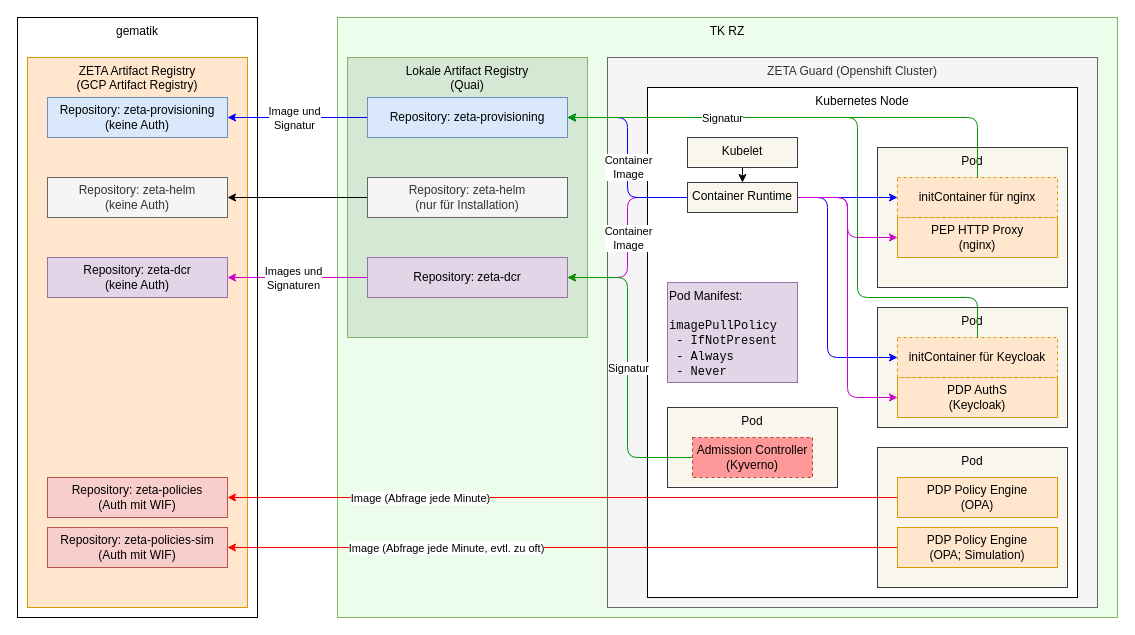
This is src/drawio/tmp/ZETA-Guard-Deployment-of-Container-Images.drawio from gematik/zeta, a draw.io file, before an edit. Source tidied: cells renumbered, new cells numbered last; positions are measured from the earlier drawing's top-left corner, leaving out a move shared by most shapes. Both pictures are drawn from the tidied source at 100%, with x=0, y=0 at pixel (17, 17).
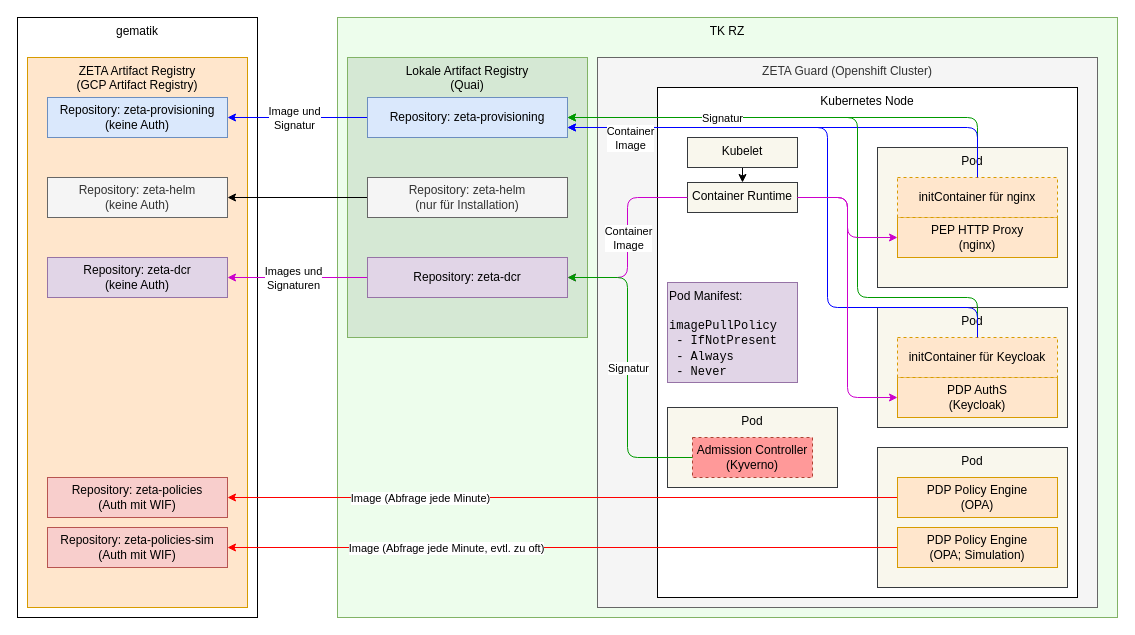
Above is the later version.

Commit message:
refactor: update ZETA-Guard deployment diagram layout and simplify connection paths

The change refers to these unchanged cells:
```xml
<mxCell id="8" value="&lt;div&gt;Container Runtime&lt;/div&gt;" style="rounded=0;whiteSpace=wrap;html=1;verticalAlign=top;fillColor=#f9f7ed;strokeColor=#36393d;" parent="1" vertex="1">
  <mxGeometry x="670" y="165" width="110" height="30" as="geometry" />
</mxCell>
<mxCell id="18" value="&lt;div&gt;&lt;span style=&quot;background-color: transparent; color: light-dark(rgb(0, 0, 0), rgb(255, 255, 255));&quot;&gt;initContainer für nginx&lt;/span&gt;&lt;/div&gt;" style="rounded=0;whiteSpace=wrap;html=1;fillColor=#ffe6cc;strokeColor=#d79b00;dashed=1;" parent="1" vertex="1">
  <mxGeometry x="880" y="160" width="160" height="40" as="geometry" />
</mxCell>
<mxCell id="23" value="&lt;div&gt;&lt;span style=&quot;background-color: transparent; color: light-dark(rgb(0, 0, 0), rgb(255, 255, 255));&quot;&gt;initContainer für Keycloak&lt;/span&gt;&lt;/div&gt;" style="rounded=0;whiteSpace=wrap;html=1;verticalAlign=middle;fillColor=#ffe6cc;strokeColor=#d79b00;dashed=1;" parent="1" vertex="1">
  <mxGeometry x="880" y="320" width="160" height="40" as="geometry" />
</mxCell>
<mxCell id="41" value="&lt;div&gt;Repository: zeta-provisioning&lt;/div&gt;" style="rounded=0;whiteSpace=wrap;html=1;fillColor=#dae8fc;strokeColor=#6c8ebf;" parent="1" vertex="1">
  <mxGeometry x="350" y="80" width="200" height="40" as="geometry" />
</mxCell>
```

Diff of the diagram source:
```diff
@@
     <mxCell id="3" value="ZETA Guard&amp;nbsp;&lt;span style=&quot;background-color: transparent; color: light-dark(rgb(51, 51, 51), rgb(193, 193, 193));&quot;&gt;(Openshift Cluster)&lt;/span&gt;" style="rounded=0;whiteSpace=wrap;html=1;align=center;verticalAlign=top;fillColor=#f5f5f5;fontColor=#333333;strokeColor=#666666;" parent="1" vertex="1">
-      <mxGeometry x="590" y="40" width="490" height="550" as="geometry" />
+      <mxGeometry x="580" y="40" width="500" height="550" as="geometry" />
     </mxCell>
     <mxCell id="4" value="&lt;div&gt;Kubernetes Node&lt;/div&gt;" style="rounded=0;whiteSpace=wrap;html=1;verticalAlign=top;" parent="1" vertex="1">
-      <mxGeometry x="630" y="70" width="430" height="510" as="geometry" />
+      <mxGeometry x="640" y="70" width="420" height="510" as="geometry" />
     </mxCell>
@@
-    <mxCell id="19" style="edgeStyle=orthogonalEdgeStyle;html=1;entryX=1;entryY=0.5;entryDx=0;entryDy=0;strokeColor=#0000FF;exitX=0;exitY=0.5;exitDx=0;exitDy=0;" parent="1" edge="1" source="8" target="41">
+    <mxCell id="19" style="edgeStyle=orthogonalEdgeStyle;html=1;entryX=1;entryY=0.75;entryDx=0;entryDy=0;strokeColor=#0000FF;" parent="1" edge="1" target="41">
       <mxGeometry relative="1" as="geometry">
+        <mxPoint x="960" y="160" as="sourcePoint" />
         <Array as="points">
-          <mxPoint x="610" y="180" />
-          <mxPoint x="610" y="100" />
+          <mxPoint x="960" y="110" />
         </Array>
       </mxGeometry>
     </mxCell>
-    <mxCell id="20" value="Container&lt;div&gt;Image&lt;/div&gt;" style="edgeLabel;html=1;align=center;verticalAlign=middle;" parent="19" vertex="1">
-      <mxGeometry x="-0.09" relative="1" as="geometry" />
-    </mxCell>
@@
-    <mxCell id="42" style="edgeStyle=orthogonalEdgeStyle;html=1;entryX=0;entryY=0.5;entryDx=0;entryDy=0;strokeColor=#0000FF;" parent="1" edge="1" source="8" target="18">
-      <mxGeometry relative="1" as="geometry">
-        <Array as="points">
-          <mxPoint x="790" y="180" />
-          <mxPoint x="790" y="180" />
-        </Array>
-      </mxGeometry>
-    </mxCell>
-    <mxCell id="43" style="edgeStyle=orthogonalEdgeStyle;html=1;strokeColor=#0000FF;exitX=1;exitY=0.5;exitDx=0;exitDy=0;" parent="1" edge="1" source="8" target="23">
+    <mxCell id="43" style="edgeStyle=orthogonalEdgeStyle;html=1;strokeColor=#0000FF;exitX=0.5;exitY=0;exitDx=0;exitDy=0;entryX=1;entryY=0.75;entryDx=0;entryDy=0;" parent="1" edge="1" source="23" target="41">
       <mxGeometry relative="1" as="geometry">
         <Array as="points">
-          <mxPoint x="810" y="180" />
-          <mxPoint x="810" y="340" />
+          <mxPoint x="960" y="290" />
+          <mxPoint x="810" y="290" />
+          <mxPoint x="810" y="110" />
         </Array>
       </mxGeometry>
     </mxCell>
+    <mxCell id="20" value="Container&lt;div&gt;Image&lt;/div&gt;" style="edgeLabel;html=1;align=center;verticalAlign=middle;" parent="43" vertex="1">
+      <mxGeometry x="0.8" y="1" relative="1" as="geometry">
+        <mxPoint y="9" as="offset" />
+      </mxGeometry>
+    </mxCell>
```
